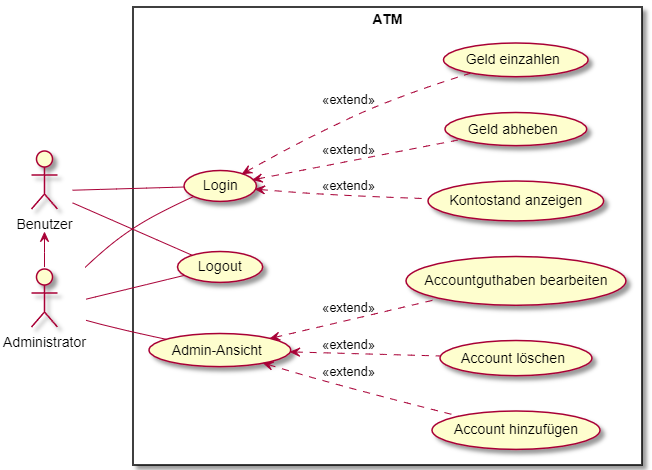
Halfpipe-SD/ATM keeps this PlantUML diagram as docs/docs/images/usecase.png. Above is the earlier version. Its source is kept beside it as diagrams/usecase.plantuml.
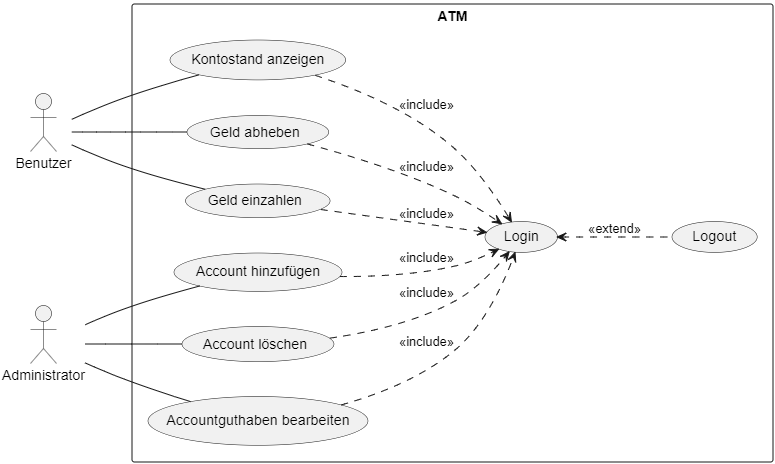
Above is the later version.

Commit message:
5 - Adjusted use-Case diagram and added use-case description

What changed in the source:
```diff
@@ -6,24 +6,25 @@
 actor "Benutzer" as AB
 actor "Administrator" as AA
 
-AB <- AA
 
 rectangle ATM {
 
-  AB -- (Login)
-  AB -- (Logout)
+  AB -- (Kontostand anzeigen)
+  AB -- (Geld abheben)
+  AB -- (Geld einzahlen)
 
-  (Login) <.- (Kontostand anzeigen) : "<<extend>>"
-  (Login) <.- (Geld abheben) : "<<extend>>"
-  (Login) <.- (Geld einzahlen) : "<<extend>>"
+  (Kontostand anzeigen) -.> (Login) : "<<include>>"
+  (Geld abheben) -.> (Login) : "<<include>>"
+  (Geld einzahlen) -.> (Login) : "<<include>>"
+  (Login) <.- (Logout) : "<<extend>>"
 
-  AA -- (Login)
-  AA -- (Logout)
-  AA -- (Admin-Ansicht)
+  AA -- (Account hinzufügen)
+  AA -- (Account löschen)
+  AA -- (Accountguthaben bearbeiten)
 
-  (Admin-Ansicht) <.- (Account hinzufügen) : "<<extend>>"
-  (Admin-Ansicht) <.- (Account löschen) : "<<extend>>"
-  (Admin-Ansicht) <.- (Accountguthaben bearbeiten) : "<<extend>>"
+  (Account hinzufügen) -.> (Login) : "<<include>>"
+  (Account löschen) -.> (Login) : "<<include>>"
+  (Accountguthaben bearbeiten) -.> (Login) : "<<include>>"
 }
 
 @enduml
```
